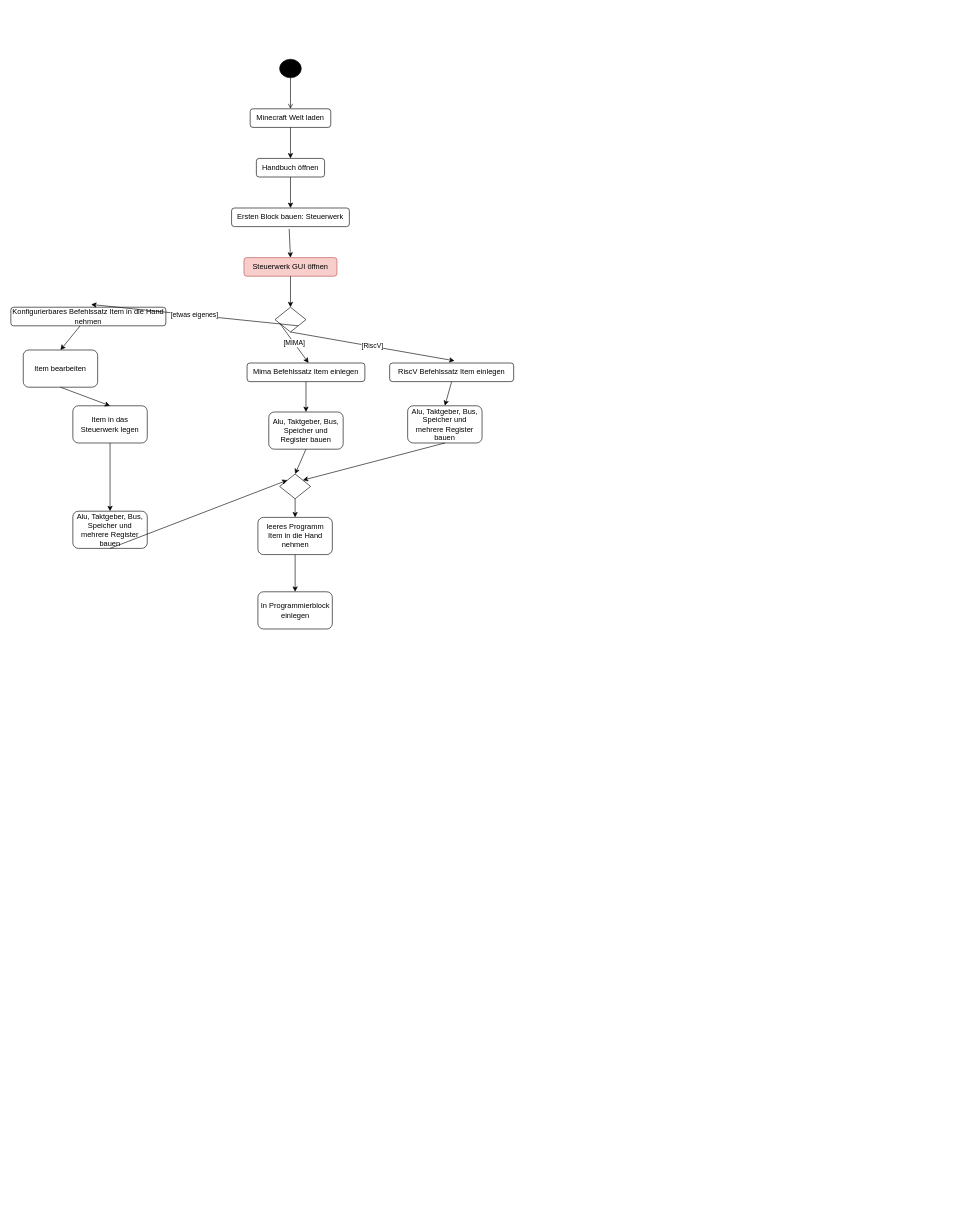
Earlier version of the draw.io diagram Aktivität.drawio (LundiNord/RISCJ-Diagramms). Source tidied: cells renumbered, new cells numbered last; positions are measured from the earlier drawing's top-left corner, leaving out a move shared by most shapes. Both pictures are drawn from the tidied source at 62%, with x=0, y=0 at pixel (11, 59).
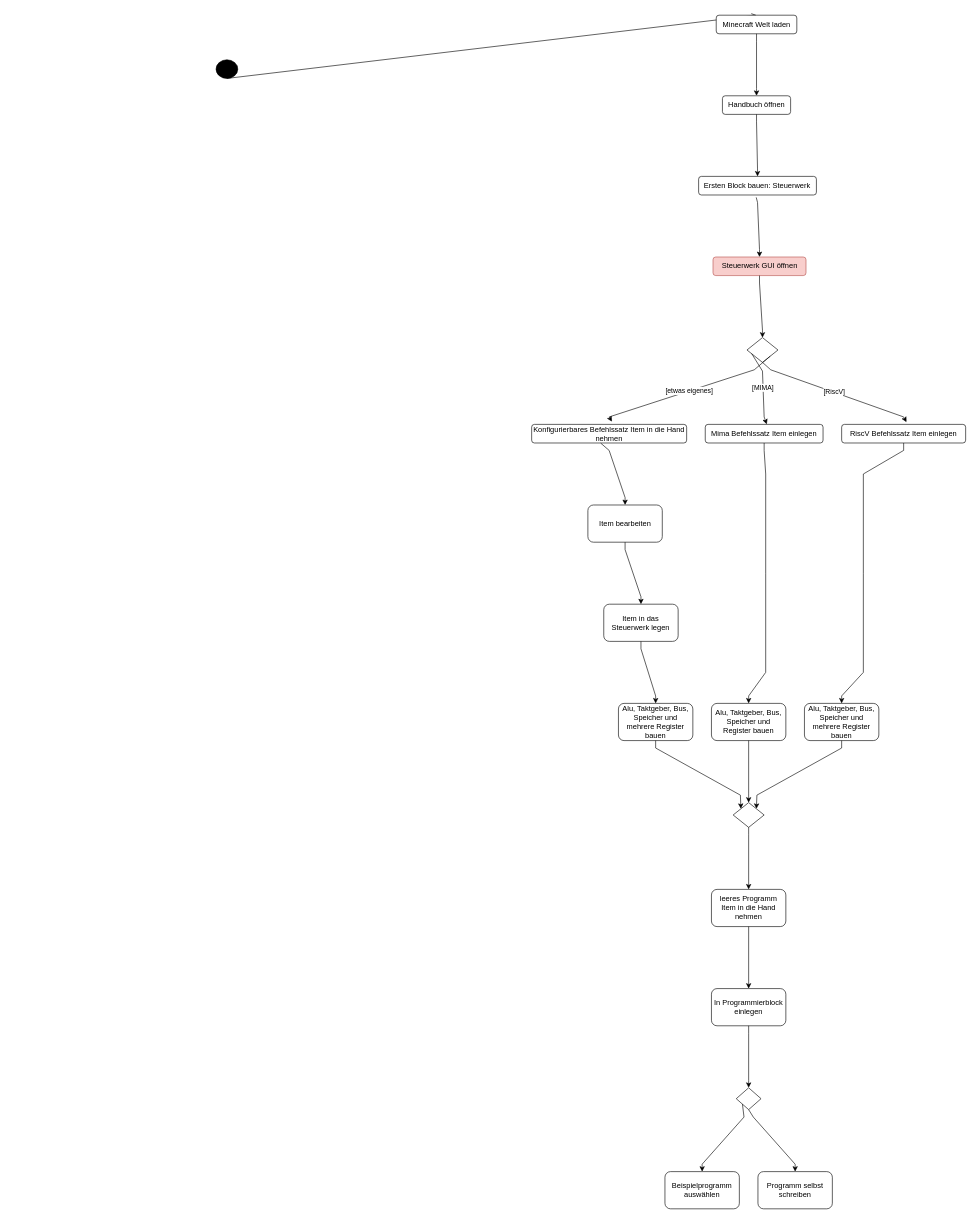
The same diagram, later.

What changed in the source:
```diff
@@
     <mxCell id="3" style="ellipse;fillColor=strokeColor;html=1;" parent="1" vertex="1">
-      <mxGeometry x="433.5" width="35" height="30" as="geometry" />
+      <mxGeometry x="331" y="1" width="35" height="30" as="geometry" />
     </mxCell>
     <mxCell id="4" value="Minecraft Welt laden" style="rounded=1;whiteSpace=wrap;html=1;" parent="1" vertex="1">
-      <mxGeometry x="386" y="80" width="130" height="30" as="geometry" />
+      <mxGeometry x="1137.7" y="-71" width="130" height="30" as="geometry" />
     </mxCell>
     <mxCell id="5" value="Handbuch öffnen" style="rounded=1;whiteSpace=wrap;html=1;" parent="1" vertex="1">
-      <mxGeometry x="396" y="160" width="110" height="30" as="geometry" />
+      <mxGeometry x="1147.7" y="59" width="110" height="30" as="geometry" />
     </mxCell>
     <mxCell id="6" style="endArrow=classic;html=1;rounded=0;entryX=0.5;entryY=0;entryDx=0;entryDy=0;exitX=0.5;exitY=1;exitDx=0;exitDy=0;noEdgeStyle=1;orthogonal=1;" parent="1" edge="1" source="4" target="5">
-      <mxGeometry relative="1" as="geometry" />
+      <mxGeometry relative="1" as="geometry">
+        <Array as="points">
+          <mxPoint x="1202.7" y="-29" />
+          <mxPoint x="1202.7" y="47" />
+        </Array>
+      </mxGeometry>
     </mxCell>
     <mxCell id="7" value="Ersten Block bauen: Steuerwerk" style="rounded=1;whiteSpace=wrap;html=1;" parent="1" vertex="1">
-      <mxGeometry x="356" y="240" width="190" height="30" as="geometry" />
+      <mxGeometry x="1109.3" y="189" width="190" height="30" as="geometry" />
     </mxCell>
     <mxCell id="8" style="edgeStyle=none;jettySize=auto;html=1;rounded=0;exitX=0.5;exitY=1;exitDx=0;exitDy=0;entryX=0.5;entryY=0;entryDx=0;entryDy=0;noEdgeStyle=1;orthogonal=1;" parent="1" edge="1" source="5" target="7">
-      <mxGeometry relative="1" as="geometry" />
+      <mxGeometry relative="1" as="geometry">
+        <Array as="points">
+          <mxPoint x="1202.7" y="101" />
+          <mxPoint x="1204.3" y="177" />
+        </Array>
+      </mxGeometry>
     </mxCell>
     <mxCell id="9" value="Steuerwerk GUI öffnen" style="rounded=1;whiteSpace=wrap;html=1;fillColor=#f8cecc;strokeColor=#b85450;" parent="1" vertex="1">
-      <mxGeometry x="376" y="320" width="150" height="30" as="geometry" />
+      <mxGeometry x="1132.5" y="319" width="150" height="30" as="geometry" />
     </mxCell>
     <mxCell id="10" style="edgeStyle=none;jettySize=auto;html=1;rounded=0;exitX=0.489;exitY=1.129;exitDx=0;exitDy=0;exitPerimeter=0;entryX=0.5;entryY=0;entryDx=0;entryDy=0;noEdgeStyle=1;orthogonal=1;" parent="1" edge="1" source="7" target="9">
-      <mxGeometry relative="1" as="geometry" />
+      <mxGeometry relative="1" as="geometry">
+        <Array as="points">
+          <mxPoint x="1204.3" y="231" />
+          <mxPoint x="1207.5" y="307" />
+        </Array>
+      </mxGeometry>
     </mxCell>
     <mxCell id="11" value="Mima Befehlssatz Item einlegen" style="rounded=1;whiteSpace=wrap;html=1;" parent="1" vertex="1">
-      <mxGeometry x="381" y="490" width="190" height="30" as="geometry" />
+      <mxGeometry x="1120" y="589" width="190" height="30" as="geometry" />
     </mxCell>
     <mxCell id="12" value="RiscV Befehlssatz Item einlegen" style="rounded=1;whiteSpace=wrap;html=1;" parent="1" vertex="1">
-      <mxGeometry x="611" y="490" width="200" height="30" as="geometry" />
+      <mxGeometry x="1340" y="589" width="200" height="30" as="geometry" />
     </mxCell>
     <mxCell id="13" value="Konfigurierbares Befehlssatz Item in die Hand nehmen" style="rounded=1;whiteSpace=wrap;html=1;" parent="1" vertex="1">
-      <mxGeometry y="400" width="250" height="30" as="geometry" />
+      <mxGeometry x="840" y="589" width="250" height="30" as="geometry" />
     </mxCell>
     <mxCell id="14" style="rhombus;whiteSpace=wrap;html=1;portConstraintRotation=1;" parent="1" vertex="1">
-      <mxGeometry x="426" y="400" width="50" height="40" as="geometry" />
+      <mxGeometry x="1187.3" y="449" width="50" height="40" as="geometry" />
     </mxCell>
     <mxCell id="15" style="edgeStyle=none;jettySize=auto;html=1;rounded=0;exitX=0.5;exitY=1;exitDx=0;exitDy=0;noEdgeStyle=1;orthogonal=1;" parent="1" edge="1" source="9" target="14">
-      <mxGeometry relative="1" as="geometry" />
+      <mxGeometry relative="1" as="geometry">
+        <Array as="points">
+          <mxPoint x="1207.5" y="361" />
+          <mxPoint x="1212.3" y="437" />
+        </Array>
+      </mxGeometry>
     </mxCell>
     <mxCell id="16" value="[MIMA]" style="edgeStyle=none;jettySize=auto;html=1;rounded=0;exitX=0.151;exitY=0.646;exitDx=0;exitDy=0;entryX=0.522;entryY=-0.005;entryDx=0;entryDy=0;noEdgeStyle=1;orthogonal=1;exitPerimeter=0;entryPerimeter=0;" parent="1" edge="1" source="14" target="11">
-      <mxGeometry relative="1" as="geometry" />
+      <mxGeometry relative="1" as="geometry">
+        <Array as="points">
+          <mxPoint x="1212.3" y="503" />
+          <mxPoint x="1215" y="577" />
+        </Array>
+      </mxGeometry>
     </mxCell>
     <mxCell id="17" value="[RiscV]" style="edgeStyle=none;jettySize=auto;html=1;rounded=0;exitX=0.5;exitY=1;exitDx=0;exitDy=0;entryX=0.523;entryY=-0.119;entryDx=0;entryDy=0;noEdgeStyle=1;orthogonal=1;entryPerimeter=0;" parent="1" edge="1" source="14" target="12">
-      <mxGeometry relative="1" as="geometry" />
+      <mxGeometry relative="1" as="geometry">
+        <Array as="points">
+          <mxPoint x="1225.7" y="501" />
+          <mxPoint x="1440" y="577" />
+        </Array>
+      </mxGeometry>
     </mxCell>
     <mxCell id="18" value="[etwas eigenes]" style="edgeStyle=none;jettySize=auto;html=1;rounded=0;exitX=1;exitY=1;exitDx=0;exitDy=0;entryX=0.518;entryY=-0.147;entryDx=0;entryDy=0;noEdgeStyle=1;orthogonal=1;entryPerimeter=0;" parent="1" edge="1" source="14" target="13">
-      <mxGeometry relative="1" as="geometry" />
+      <mxGeometry relative="1" as="geometry">
+        <Array as="points">
+          <mxPoint x="1199" y="501" />
+          <mxPoint x="965" y="577" />
+        </Array>
+      </mxGeometry>
     </mxCell>
     <mxCell id="19" value="Alu, Taktgeber, Bus, Speicher und Register bauen" style="rounded=1;whiteSpace=wrap;html=1;" parent="1" vertex="1">
-      <mxGeometry x="416" y="569" width="120" height="60" as="geometry" />
+      <mxGeometry x="1130" y="1039" width="120" height="60" as="geometry" />
     </mxCell>
-    <mxCell id="20" style="edgeStyle=none;jettySize=auto;html=1;rounded=0;exitX=0.5;exitY=1;exitDx=0;exitDy=0;entryX=0.5;entryY=0;entryDx=0;entryDy=0;" parent="1" edge="1" source="11" target="19">
-      <mxGeometry relative="1" as="geometry" />
+    <mxCell id="20" style="edgeStyle=none;jettySize=auto;html=1;rounded=0;exitX=0.5;exitY=1;exitDx=0;exitDy=0;entryX=0.5;entryY=0;entryDx=0;entryDy=0;noEdgeStyle=1;orthogonal=1;" parent="1" edge="1" source="11" target="19">
+      <mxGeometry relative="1" as="geometry">
+        <Array as="points">
+          <mxPoint x="1215" y="631" />
+          <mxPoint x="1217.5" y="669" />
+          <mxPoint x="1217.5" y="829" />
+          <mxPoint x="1217.5" y="829" />
+          <mxPoint x="1217.5" y="989" />
+          <mxPoint x="1190" y="1027" />
+        </Array>
+      </mxGeometry>
     </mxCell>
     <mxCell id="21" value="Alu, Taktgeber, Bus, Speicher und mehrere Register bauen" style="rounded=1;whiteSpace=wrap;html=1;" parent="1" vertex="1">
-      <mxGeometry x="640" y="559" width="120" height="60" as="geometry" />
+      <mxGeometry x="1280" y="1039" width="120" height="60" as="geometry" />
     </mxCell>
-    <mxCell id="22" style="edgeStyle=none;jettySize=auto;html=1;rounded=0;exitX=0.5;exitY=1;exitDx=0;exitDy=0;entryX=0.5;entryY=0;entryDx=0;entryDy=0;" parent="1" edge="1" source="12" target="21">
-      <mxGeometry relative="1" as="geometry" />
+    <mxCell id="22" style="edgeStyle=none;jettySize=auto;html=1;rounded=0;exitX=0.5;exitY=1;exitDx=0;exitDy=0;entryX=0.5;entryY=0;entryDx=0;entryDy=0;noEdgeStyle=1;orthogonal=1;" parent="1" edge="1" source="12" target="21">
+      <mxGeometry relative="1" as="geometry">
+        <Array as="points">
+          <mxPoint x="1440" y="631" />
+          <mxPoint x="1375" y="669" />
+          <mxPoint x="1375" y="829" />
+          <mxPoint x="1375" y="829" />
+          <mxPoint x="1375" y="989" />
+          <mxPoint x="1340" y="1027" />
+        </Array>
+      </mxGeometry>
     </mxCell>
     <mxCell id="23" value="Alu, Taktgeber, Bus, Speicher und mehrere Register bauen" style="rounded=1;whiteSpace=wrap;html=1;" parent="1" vertex="1">
-      <mxGeometry x="100" y="729" width="120" height="60" as="geometry" />
+      <mxGeometry x="980" y="1039" width="120" height="60" as="geometry" />
     </mxCell>
     <mxCell id="24" style="rhombus;whiteSpace=wrap;html=1;double=0;portConstraintRotation=1;" parent="1" vertex="1">
-      <mxGeometry x="433.5" y="669" width="50" height="40" as="geometry" />
+      <mxGeometry x="1165" y="1199" width="50" height="40" as="geometry" />
     </mxCell>
-    <mxCell id="25" style="edgeStyle=none;jettySize=auto;html=1;rounded=0;exitX=0.5;exitY=1;exitDx=0;exitDy=0;entryX=0;entryY=0;entryDx=0;entryDy=0;" parent="1" edge="1" source="23" target="24">
-      <mxGeometry relative="1" as="geometry" />
+    <mxCell id="25" style="edgeStyle=none;jettySize=auto;html=1;rounded=0;exitX=0.5;exitY=1;exitDx=0;exitDy=0;entryX=0;entryY=0;entryDx=0;entryDy=0;noEdgeStyle=1;orthogonal=1;" parent="1" edge="1" source="23" target="24">
+      <mxGeometry relative="1" as="geometry">
+        <Array as="points">
+          <mxPoint x="1040" y="1111" />
+          <mxPoint x="1176.7" y="1187" />
+        </Array>
+      </mxGeometry>
     </mxCell>
-    <mxCell id="26" style="edgeStyle=none;jettySize=auto;html=1;rounded=0;exitX=0.446;exitY=1.011;exitDx=0;exitDy=0;exitPerimeter=0;entryX=0.5;entryY=0;entryDx=0;entryDy=0;" parent="1" edge="1" source="13" target="31">
-      <mxGeometry relative="1" as="geometry" />
+    <mxCell id="26" style="edgeStyle=none;jettySize=auto;html=1;rounded=0;exitX=0.446;exitY=1.011;exitDx=0;exitDy=0;exitPerimeter=0;entryX=0.5;entryY=0;entryDx=0;entryDy=0;noEdgeStyle=1;orthogonal=1;" parent="1" edge="1" source="13" target="31">
+      <mxGeometry relative="1" as="geometry">
+        <Array as="points">
+          <mxPoint x="965" y="631" />
+          <mxPoint x="990.7" y="707" />
+        </Array>
+      </mxGeometry>
     </mxCell>
-    <mxCell id="27" style="edgeStyle=none;jettySize=auto;html=1;rounded=0;exitX=0.5;exitY=1;exitDx=0;exitDy=0;entryX=0.5;entryY=0;entryDx=0;entryDy=0;" parent="1" edge="1" source="19" target="24">
-      <mxGeometry relative="1" as="geometry" />
+    <mxCell id="27" style="edgeStyle=none;jettySize=auto;html=1;rounded=0;exitX=0.5;exitY=1;exitDx=0;exitDy=0;entryX=0.5;entryY=0;entryDx=0;entryDy=0;noEdgeStyle=1;orthogonal=1;" parent="1" edge="1" source="19" target="24">
+      <mxGeometry relative="1" as="geometry">
+        <Array as="points">
+          <mxPoint x="1190" y="1111" />
+          <mxPoint x="1190" y="1185" />
+        </Array>
+      </mxGeometry>
     </mxCell>
-    <mxCell id="28" style="edgeStyle=none;jettySize=auto;html=1;rounded=0;exitX=0.5;exitY=1;exitDx=0;exitDy=0;entryX=1;entryY=0;entryDx=0;entryDy=0;" parent="1" edge="1" source="21" target="24">
-      <mxGeometry relative="1" as="geometry" />
+    <mxCell id="28" style="edgeStyle=none;jettySize=auto;html=1;rounded=0;exitX=0.5;exitY=1;exitDx=0;exitDy=0;entryX=1;entryY=0;entryDx=0;entryDy=0;noEdgeStyle=1;orthogonal=1;" parent="1" edge="1" source="21" target="24">
+      <mxGeometry relative="1" as="geometry">
+        <Array as="points">
+          <mxPoint x="1340" y="1111" />
+          <mxPoint x="1203.3" y="1187" />
+        </Array>
+      </mxGeometry>
     </mxCell>
     <mxCell id="29" value="leeres Programm Item in die Hand nehmen" style="rounded=1;whiteSpace=wrap;html=1;" parent="1" vertex="1">
-      <mxGeometry x="398.5" y="739" width="120" height="60" as="geometry" />
+      <mxGeometry x="1130" y="1339" width="120" height="60" as="geometry" />
     </mxCell>
-    <mxCell id="30" style="edgeStyle=none;jettySize=auto;html=1;rounded=0;entryX=0.5;entryY=0;entryDx=0;entryDy=0;exitX=0.5;exitY=1;exitDx=0;exitDy=0;" parent="1" edge="1" source="24" target="29">
-      <mxGeometry relative="1" as="geometry" />
+    <mxCell id="30" style="edgeStyle=none;jettySize=auto;html=1;rounded=0;entryX=0.5;entryY=0;entryDx=0;entryDy=0;exitX=0.5;exitY=1;exitDx=0;exitDy=0;noEdgeStyle=1;orthogonal=1;" parent="1" edge="1" source="24" target="29">
+      <mxGeometry relative="1" as="geometry">
+        <Array as="points">
+          <mxPoint x="1190" y="1251" />
+          <mxPoint x="1190" y="1327" />
+        </Array>
+      </mxGeometry>
     </mxCell>
     <mxCell id="31" value="Item bearbeiten" style="rounded=1;whiteSpace=wrap;html=1;" parent="1" vertex="1">
-      <mxGeometry x="20" y="469" width="120" height="60" as="geometry" />
+      <mxGeometry x="930.7" y="719" width="120" height="60" as="geometry" />
     </mxCell>
     <mxCell id="32" value="Item in das Steuerwerk legen" style="rounded=1;whiteSpace=wrap;html=1;" parent="1" vertex="1">
-      <mxGeometry x="100" y="559" width="120" height="60" as="geometry" />
+      <mxGeometry x="956.3" y="879" width="120" height="60" as="geometry" />
     </mxCell>
-    <mxCell id="33" style="edgeStyle=none;jettySize=auto;html=1;rounded=0;exitX=0.5;exitY=1;exitDx=0;exitDy=0;entryX=0.5;entryY=0;entryDx=0;entryDy=0;" parent="1" edge="1" source="31" target="32">
-      <mxGeometry relative="1" as="geometry" />
+    <mxCell id="33" style="edgeStyle=none;jettySize=auto;html=1;rounded=0;exitX=0.5;exitY=1;exitDx=0;exitDy=0;entryX=0.5;entryY=0;entryDx=0;entryDy=0;noEdgeStyle=1;orthogonal=1;" parent="1" edge="1" source="31" target="32">
+      <mxGeometry relative="1" as="geometry">
+        <Array as="points">
+          <mxPoint x="990.7" y="791" />
+          <mxPoint x="1016.3" y="867" />
+        </Array>
+      </mxGeometry>
     </mxCell>
-    <mxCell id="34" style="edgeStyle=none;jettySize=auto;html=1;rounded=0;exitX=0.5;exitY=1;exitDx=0;exitDy=0;entryX=0.5;entryY=0;entryDx=0;entryDy=0;" parent="1" edge="1" source="32" target="23">
-      <mxGeometry relative="1" as="geometry" />
+    <mxCell id="34" style="edgeStyle=none;jettySize=auto;html=1;rounded=0;exitX=0.5;exitY=1;exitDx=0;exitDy=0;entryX=0.5;entryY=0;entryDx=0;entryDy=0;noEdgeStyle=1;orthogonal=1;" parent="1" edge="1" source="32" target="23">
+      <mxGeometry relative="1" as="geometry">
+        <Array as="points">
+          <mxPoint x="1016.3" y="951" />
+          <mxPoint x="1040" y="1027" />
+        </Array>
+      </mxGeometry>
     </mxCell>
     <mxCell id="35" value="In Programmierblock einlegen" style="rounded=1;whiteSpace=wrap;html=1;" parent="1" vertex="1">
-      <mxGeometry x="398.5" y="859" width="120" height="60" as="geometry" />
+      <mxGeometry x="1130" y="1499" width="120" height="60" as="geometry" />
     </mxCell>
-    <mxCell id="36" style="edgeStyle=none;jettySize=auto;html=1;rounded=0;exitX=0.5;exitY=1;exitDx=0;exitDy=0;" parent="1" edge="1" source="29" target="35">
-      <mxGeometry relative="1" as="geometry" />
+    <mxCell id="36" style="edgeStyle=none;jettySize=auto;html=1;rounded=0;exitX=0.5;exitY=1;exitDx=0;exitDy=0;noEdgeStyle=1;orthogonal=1;" parent="1" edge="1" source="29" target="35">
+      <mxGeometry relative="1" as="geometry">
+        <Array as="points">
+          <mxPoint x="1190" y="1411" />
+          <mxPoint x="1190" y="1487" />
+        </Array>
+      </mxGeometry>
     </mxCell>
+    <mxCell id="37" value="Beispielprogramm auswählen" style="rounded=1;whiteSpace=wrap;html=1;" parent="1" vertex="1">
+      <mxGeometry x="1055" y="1794.2" width="120" height="60" as="geometry" />
+    </mxCell>
+    <mxCell id="38" style="edgeStyle=none;jettySize=auto;html=1;rounded=0;exitX=0.5;exitY=1;exitDx=0;exitDy=0;entryX=0.5;entryY=0;entryDx=0;entryDy=0;noEdgeStyle=1;orthogonal=1;" parent="1" edge="1" source="35" target="39">
+      <mxGeometry relative="1" as="geometry">
+        <Array as="points">
+          <mxPoint x="1190" y="1571" />
+          <mxPoint x="1190" y="1647" />
+        </Array>
+      </mxGeometry>
+    </mxCell>
+    <mxCell id="39" style="rhombus;whiteSpace=wrap;html=1;portConstraintRotation=1;" parent="1" vertex="1">
+      <mxGeometry x="1170" y="1659" width="40" height="35.2" as="geometry" />
+    </mxCell>
+    <mxCell id="40" value="Programm selbst schreiben" style="rounded=1;whiteSpace=wrap;html=1;" parent="1" vertex="1">
+      <mxGeometry x="1205" y="1794.2" width="120" height="60" as="geometry" />
+    </mxCell>
+    <mxCell id="41" style="edgeStyle=none;jettySize=auto;html=1;rounded=0;exitX=0;exitY=1;exitDx=0;exitDy=0;entryX=0.5;entryY=0;entryDx=0;entryDy=0;noEdgeStyle=1;orthogonal=1;" parent="1" edge="1" source="39" target="37">
+      <mxGeometry relative="1" as="geometry">
+        <Array as="points">
+          <mxPoint x="1182.5" y="1706.2" />
+          <mxPoint x="1115" y="1782.2" />
+        </Array>
+      </mxGeometry>
+    </mxCell>
+    <mxCell id="42" style="edgeStyle=none;jettySize=auto;html=1;rounded=0;exitX=0.5;exitY=1;exitDx=0;exitDy=0;entryX=0.5;entryY=0;entryDx=0;entryDy=0;noEdgeStyle=1;orthogonal=1;" parent="1" edge="1" source="39" target="40">
+      <mxGeometry relative="1" as="geometry">
+        <Array as="points">
+          <mxPoint x="1197.5" y="1706.2" />
+          <mxPoint x="1265" y="1782.2" />
+        </Array>
+      </mxGeometry>
+    </mxCell>
```
